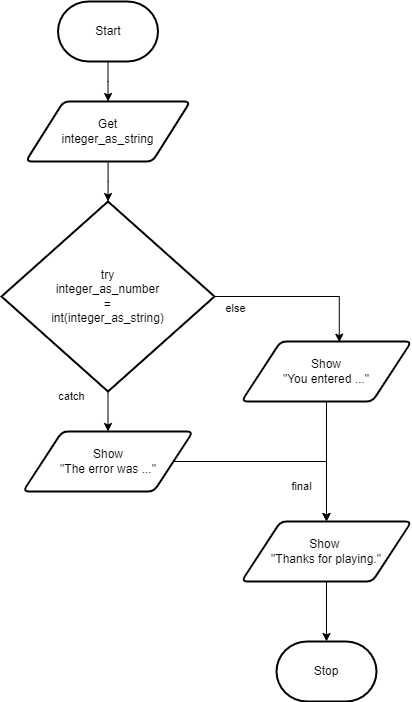
Earlier version of the draw.io export docs/structured-problem-solving/images/flowchart-try-catch.png (Mr-Coxall/Computer-Based-Problem-Solving). Source tidied: cells renumbered, new cells last; positions are measured from the earlier drawing's top-left corner, leaving out a move shared by most shapes.
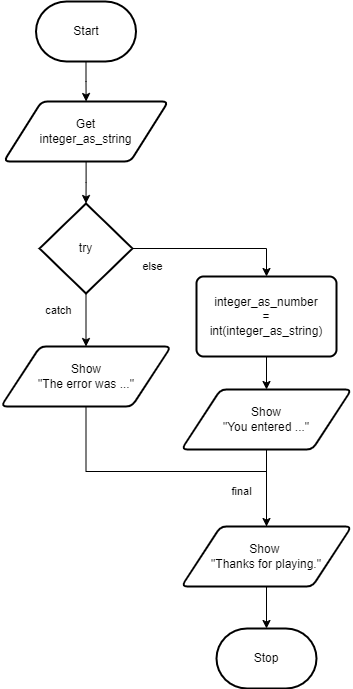
The same file after the commit.

Commit message:
fix try catch

Diff of the diagram source:
```diff
@@ -15,50 +15,61 @@
       <mxGeometry x="24.2" y="100" width="164.5" height="60" as="geometry" />
     </mxCell>
     <mxCell id="6" value="Stop" style="strokeWidth=2;html=1;shape=mxgraph.flowchart.terminator;whiteSpace=wrap;" parent="1" vertex="1">
-      <mxGeometry x="275" y="640" width="100" height="60" as="geometry" />
+      <mxGeometry x="237" y="627" width="100" height="60" as="geometry" />
     </mxCell>
     <mxCell id="7" style="edgeStyle=none;html=1;strokeColor=none;rounded=0;" parent="1" edge="1" source="10">
       <mxGeometry relative="1" as="geometry">
         <mxPoint x="145.1" y="390" as="targetPoint" />
       </mxGeometry>
     </mxCell>
-    <mxCell id="8" style="edgeStyle=orthogonalEdgeStyle;html=1;entryX=0.575;entryY=0.011;entryDx=0;entryDy=0;entryPerimeter=0;rounded=0;" parent="1" edge="1" source="10" target="13">
-      <mxGeometry relative="1" as="geometry" />
-    </mxCell>
     <mxCell id="9" style="edgeStyle=orthogonalEdgeStyle;shape=connector;rounded=0;html=1;labelBackgroundColor=default;strokeColor=default;fontFamily=Helvetica;fontSize=11;fontColor=default;endArrow=classic;" parent="1" edge="1" source="10" target="15">
       <mxGeometry relative="1" as="geometry" />
     </mxCell>
+    <mxCell id="20" style="edgeStyle=orthogonalEdgeStyle;shape=connector;rounded=0;html=1;exitX=1;exitY=0.5;exitDx=0;exitDy=0;exitPerimeter=0;entryX=0.5;entryY=0;entryDx=0;entryDy=0;labelBackgroundColor=default;strokeColor=default;fontFamily=Helvetica;fontSize=11;fontColor=default;endArrow=classic;" parent="1" edge="1" source="10" target="22">
+      <mxGeometry relative="1" as="geometry" />
+    </mxCell>
-    <mxCell id="10" value="try&lt;br&gt;integer_as_number&lt;br&gt;=&lt;br&gt;int(integer_as_string)" style="strokeWidth=2;html=1;shape=mxgraph.flowchart.decision;whiteSpace=wrap;" parent="1" vertex="1">
-      <mxGeometry y="200" width="213" height="190" as="geometry" />
+    <mxCell id="10" value="try" style="strokeWidth=2;html=1;shape=mxgraph.flowchart.decision;whiteSpace=wrap;" parent="1" vertex="1">
+      <mxGeometry x="60" y="202" width="93" height="90" as="geometry" />
     </mxCell>
     <mxCell id="11" value="catch" style="text;html=1;align=center;verticalAlign=middle;strokeColor=none;fillColor=none;fontSize=11;fontFamily=Helvetica;fontColor=default;" parent="1" vertex="1">
-      <mxGeometry x="45" y="380" width="50" height="30" as="geometry" />
+      <mxGeometry x="54" y="294" width="50" height="30" as="geometry" />
     </mxCell>
     <mxCell id="12" style="edgeStyle=orthogonalEdgeStyle;shape=connector;rounded=0;html=1;labelBackgroundColor=default;strokeColor=default;fontFamily=Helvetica;fontSize=11;fontColor=default;endArrow=classic;" parent="1" edge="1" source="13">
       <mxGeometry relative="1" as="geometry">
-        <mxPoint x="325" y="520" as="targetPoint" />
+        <mxPoint x="287" y="587" as="targetPoint" />
       </mxGeometry>
     </mxCell>
     <mxCell id="13" value="Show &lt;br&gt;&quot;You entered ...&quot;" style="shape=parallelogram;html=1;strokeWidth=2;perimeter=parallelogramPerimeter;whiteSpace=wrap;rounded=1;arcSize=12;size=0.23;" parent="1" vertex="1">
-      <mxGeometry x="240" y="340" width="170" height="60" as="geometry" />
+      <mxGeometry x="202" y="388" width="170" height="60" as="geometry" />
     </mxCell>
     <mxCell id="14" style="edgeStyle=orthogonalEdgeStyle;shape=connector;rounded=0;html=1;labelBackgroundColor=default;strokeColor=default;fontFamily=Helvetica;fontSize=11;fontColor=default;endArrow=classic;" parent="1" edge="1" source="15" target="18">
-      <mxGeometry relative="1" as="geometry" />
+      <mxGeometry relative="1" as="geometry">
+        <Array as="points">
+          <mxPoint x="107" y="470" />
+          <mxPoint x="287" y="470" />
+        </Array>
+      </mxGeometry>
     </mxCell>
     <mxCell id="15" value="Show &lt;br&gt;&quot;The error was ...&quot;" style="shape=parallelogram;html=1;strokeWidth=2;perimeter=parallelogramPerimeter;whiteSpace=wrap;rounded=1;arcSize=12;size=0.23;" parent="1" vertex="1">
-      <mxGeometry x="21.5" y="430" width="170" height="60" as="geometry" />
+      <mxGeometry x="21.5" y="345" width="170" height="60" as="geometry" />
     </mxCell>
     <mxCell id="16" value="else" style="text;html=1;align=center;verticalAlign=middle;strokeColor=none;fillColor=none;fontSize=11;fontFamily=Helvetica;fontColor=default;" parent="1" vertex="1">
-      <mxGeometry x="214" y="292" width="40" height="30" as="geometry" />
+      <mxGeometry x="153" y="250" width="40" height="30" as="geometry" />
     </mxCell>
     <mxCell id="17" style="edgeStyle=orthogonalEdgeStyle;shape=connector;rounded=0;html=1;labelBackgroundColor=default;strokeColor=default;fontFamily=Helvetica;fontSize=11;fontColor=default;endArrow=classic;" parent="1" edge="1" source="18" target="6">
       <mxGeometry relative="1" as="geometry" />
     </mxCell>
     <mxCell id="18" value="Show&amp;nbsp;&lt;br&gt;&quot;Thanks for playing.&quot;" style="shape=parallelogram;html=1;strokeWidth=2;perimeter=parallelogramPerimeter;whiteSpace=wrap;rounded=1;arcSize=12;size=0.23;" parent="1" vertex="1">
-      <mxGeometry x="240" y="520" width="170" height="60" as="geometry" />
+      <mxGeometry x="202" y="525" width="170" height="60" as="geometry" />
     </mxCell>
     <mxCell id="19" value="final" style="text;html=1;align=center;verticalAlign=middle;strokeColor=none;fillColor=none;fontSize=11;fontFamily=Helvetica;fontColor=default;" parent="1" vertex="1">
-      <mxGeometry x="280" y="470" width="40" height="30" as="geometry" />
+      <mxGeometry x="242" y="475" width="40" height="30" as="geometry" />
     </mxCell>
+    <mxCell id="21" style="edgeStyle=orthogonalEdgeStyle;shape=connector;rounded=0;html=1;entryX=0.5;entryY=0;entryDx=0;entryDy=0;labelBackgroundColor=default;strokeColor=default;fontFamily=Helvetica;fontSize=11;fontColor=default;endArrow=classic;" parent="1" edge="1" source="22" target="13">
+      <mxGeometry relative="1" as="geometry" />
+    </mxCell>
+    <mxCell id="22" value="integer_as_number&lt;br&gt;=&lt;br&gt;int(integer_as_string)" style="rounded=1;whiteSpace=wrap;html=1;absoluteArcSize=1;arcSize=14;strokeWidth=2;" parent="1" vertex="1">
+      <mxGeometry x="217" y="275" width="140" height="80" as="geometry" />
+    </mxCell>
   </root>
 </mxGraphModel>
```
